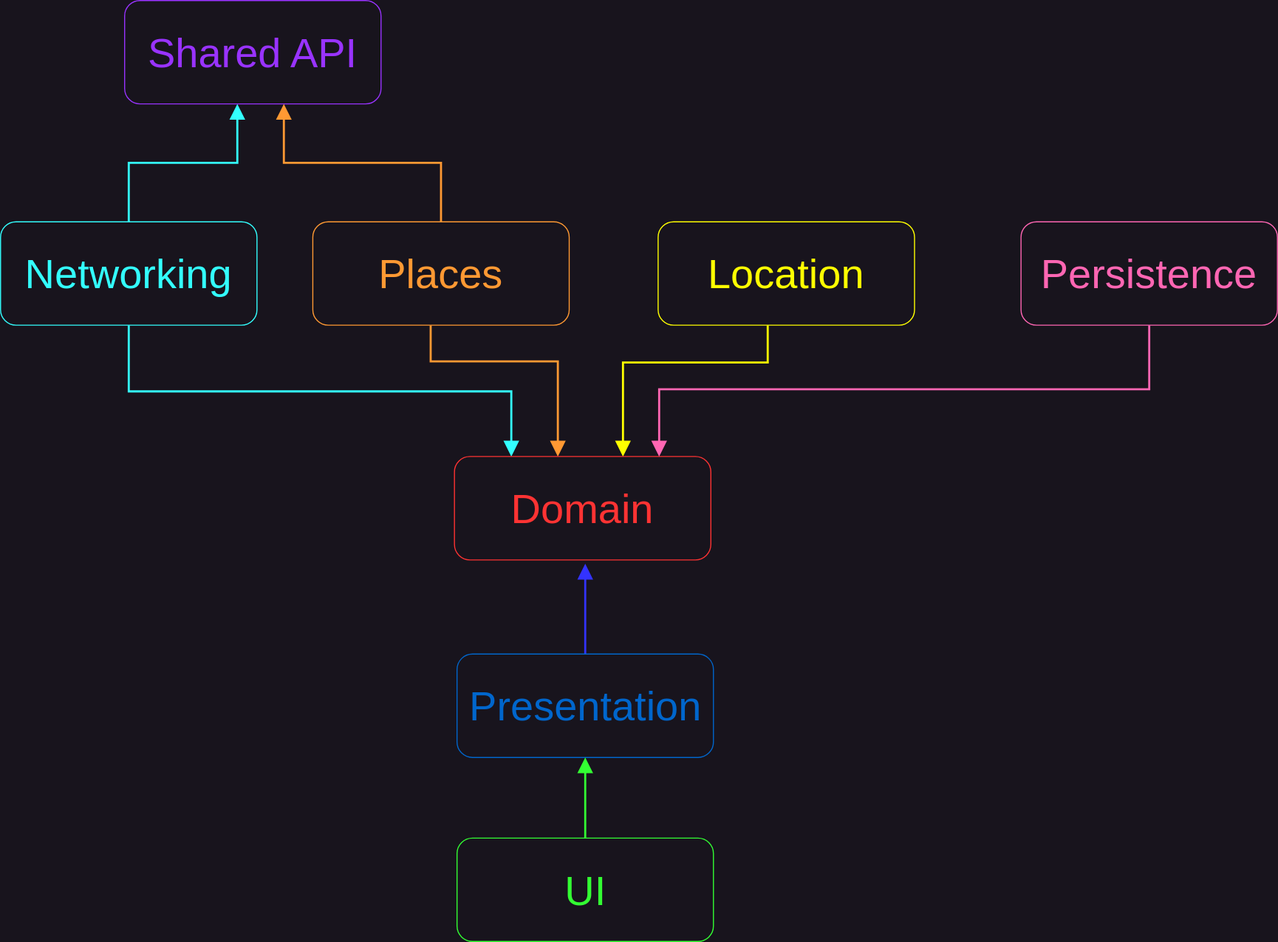
The draw.io diagram Diagrams/Top_Level_View_Modules.svg in marian-stanciulica/Foodybite, before a commit. Source tidied: cells renumbered, new cells last; positions are measured from the earlier drawing's top-left corner, leaving out a move shared by most shapes.
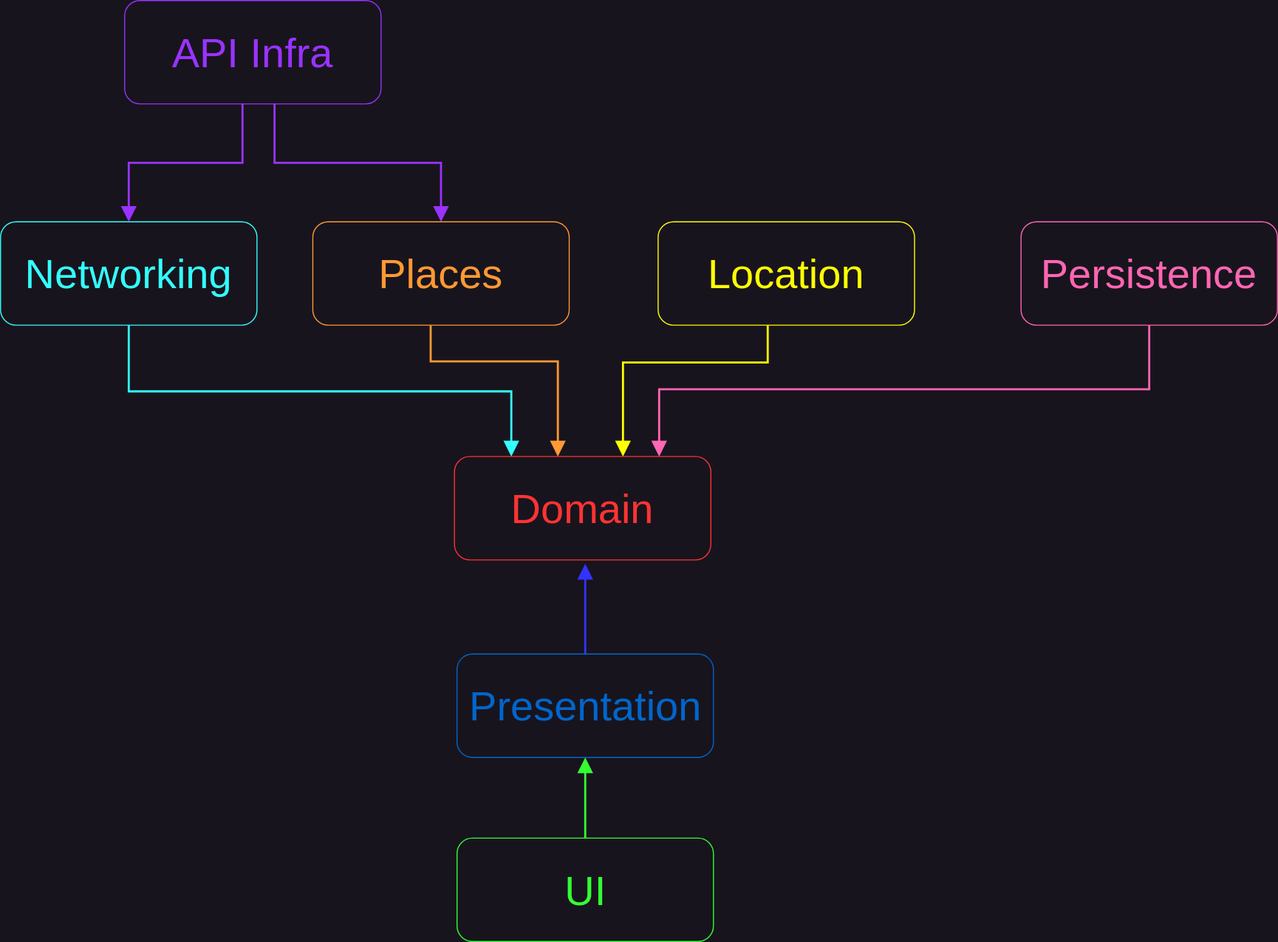
Later version of the same file.

Commit message:
Updates top level modules diagram

Diff of the diagram source:
```diff
@@ -2,14 +2,6 @@
   <root>
     <mxCell id="0" />
     <mxCell id="1" parent="0" />
-    <mxCell id="2" style="edgeStyle=orthogonalEdgeStyle;shape=connector;rounded=0;jumpStyle=line;jettySize=auto;html=1;labelBackgroundColor=default;strokeColor=#33FFFF;strokeWidth=2;fontFamily=Helvetica;fontSize=11;fontColor=default;endArrow=block;endFill=1;endSize=10;fillColor=#f0a30a;" parent="1" edge="1" source="4" target="5">
-      <mxGeometry relative="1" as="geometry">
-        <Array as="points">
-          <mxPoint x="124" y="157" />
-          <mxPoint x="229" y="157" />
-        </Array>
-      </mxGeometry>
-    </mxCell>
     <mxCell id="3" style="edgeStyle=orthogonalEdgeStyle;shape=connector;rounded=0;jumpStyle=line;jettySize=auto;html=1;labelBackgroundColor=default;strokeColor=#33FFFF;strokeWidth=2;fontFamily=Helvetica;fontSize=11;fontColor=default;endArrow=block;endFill=1;endSize=10;fillColor=#f0a30a;" parent="1" edge="1" source="4" target="11">
       <mxGeometry relative="1" as="geometry">
         <Array as="points">
@@ -21,17 +13,25 @@
     <mxCell id="4" value="Networking" style="rounded=1;whiteSpace=wrap;html=1;fontFamily=Helvetica;fontSize=40;fontColor=#33FFFF;strokeColor=#33FFFF;" parent="1" vertex="1">
       <mxGeometry y="214" width="248" height="100" as="geometry" />
     </mxCell>
+    <mxCell id="18" style="edgeStyle=orthogonalEdgeStyle;shape=connector;rounded=0;jumpStyle=line;jettySize=auto;html=1;labelBackgroundColor=default;strokeColor=#9933FF;strokeWidth=2;fontFamily=Helvetica;fontSize=11;fontColor=default;endArrow=block;endFill=1;endSize=10;fillColor=#f0a30a;" parent="1" edge="1" source="5" target="4">
+      <mxGeometry relative="1" as="geometry">
+        <Array as="points">
+          <mxPoint x="234" y="157" />
+          <mxPoint x="124" y="157" />
+        </Array>
+      </mxGeometry>
+    </mxCell>
+    <mxCell id="19" style="edgeStyle=orthogonalEdgeStyle;shape=connector;rounded=0;jumpStyle=line;jettySize=auto;html=1;labelBackgroundColor=default;strokeColor=#9933FF;strokeWidth=2;fontFamily=Helvetica;fontSize=11;fontColor=default;endArrow=block;endFill=1;endSize=10;fillColor=#f0a30a;" parent="1" edge="1" source="5" target="8">
+      <mxGeometry relative="1" as="geometry">
+        <Array as="points">
+          <mxPoint x="265" y="157" />
+          <mxPoint x="426" y="157" />
+        </Array>
+      </mxGeometry>
+    </mxCell>
-    <mxCell id="5" value="Shared API" style="rounded=1;whiteSpace=wrap;html=1;fontFamily=Helvetica;fontSize=40;fontColor=#9933FF;strokeColor=#9933FF;" parent="1" vertex="1">
+    <mxCell id="5" value="API Infra" style="rounded=1;whiteSpace=wrap;html=1;fontFamily=Helvetica;fontSize=40;fontColor=#9933FF;strokeColor=#9933FF;" parent="1" vertex="1">
       <mxGeometry x="120" width="248" height="100" as="geometry" />
     </mxCell>
-    <mxCell id="6" style="edgeStyle=orthogonalEdgeStyle;shape=connector;rounded=0;jumpStyle=line;jettySize=auto;html=1;labelBackgroundColor=default;strokeColor=#FF9933;strokeWidth=2;fontFamily=Helvetica;fontSize=11;fontColor=default;endArrow=block;endFill=1;endSize=10;fillColor=#f0a30a;" parent="1" edge="1" source="8" target="5">
-      <mxGeometry relative="1" as="geometry">
-        <Array as="points">
-          <mxPoint x="426" y="157" />
-          <mxPoint x="274" y="157" />
-        </Array>
-      </mxGeometry>
-    </mxCell>
     <mxCell id="7" style="edgeStyle=orthogonalEdgeStyle;shape=connector;rounded=0;jumpStyle=line;jettySize=auto;html=1;labelBackgroundColor=default;strokeColor=#FF9933;strokeWidth=2;fontFamily=Helvetica;fontSize=11;fontColor=default;endArrow=block;endFill=1;endSize=10;fillColor=#f0a30a;" parent="1" edge="1" source="8" target="11">
       <mxGeometry relative="1" as="geometry">
         <Array as="points">
```
